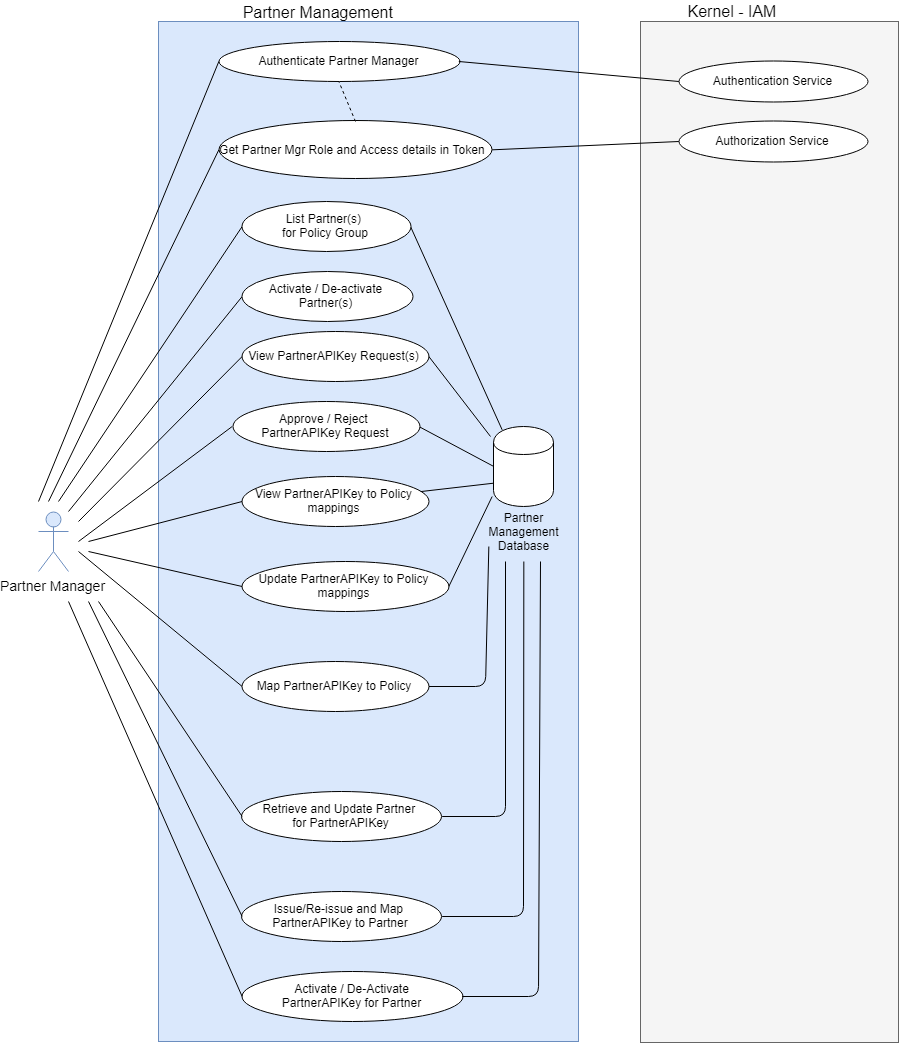
The draw.io diagram _images/arch_diagrams/PartnerManagement_PartnerManager.png in ssenmosip/mosip-temp-documentation, before a commit. Source tidied: cells renumbered, new cells last; positions are measured from the earlier drawing's top-left corner, leaving out a move shared by most shapes.
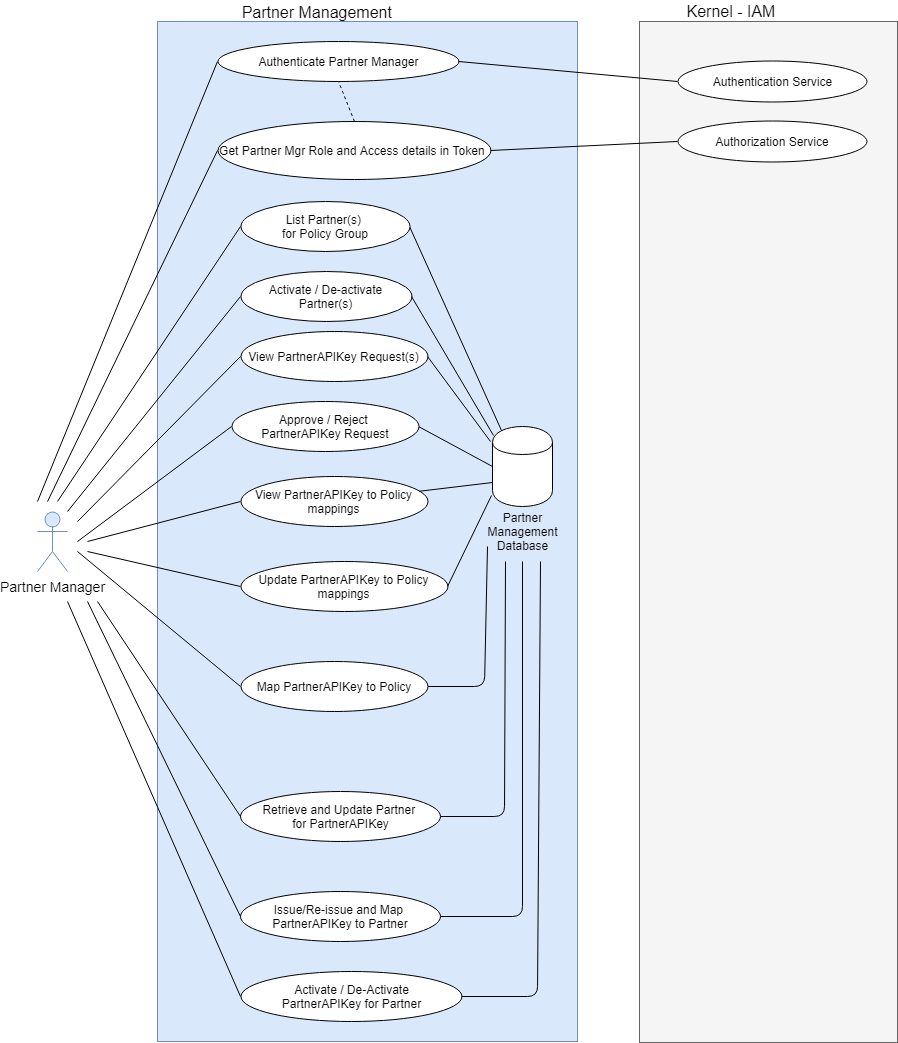
After the change.

Commit message:
Partner Management - Self Review Changes

The edit, as a diff of the source:
```diff
@@ -137,8 +137,10 @@
         <mxPoint x="40" y="520" as="sourcePoint" />
       </mxGeometry>
     </mxCell>
-    <mxCell id="35" style="endArrow=none;html=1;entryX=-0.039;entryY=0.117;entryDx=0;entryDy=0;entryPerimeter=0;exitX=1;exitY=0.5;exitDx=0;exitDy=0;" parent="1" edge="1" source="27" target="9">
-      <mxGeometry relative="1" as="geometry" />
+    <mxCell id="35" style="endArrow=none;html=1;exitX=1;exitY=0.5;exitDx=0;exitDy=0;" parent="1" edge="1" source="27">
+      <mxGeometry relative="1" as="geometry">
+        <mxPoint x="453" y="440" as="targetPoint" />
+      </mxGeometry>
     </mxCell>
     <mxCell id="36" style="rounded=0;whiteSpace=wrap;html=1;fillColor=#f5f5f5;strokeColor=#666666;fontColor=#333333;" parent="1" vertex="1">
       <mxGeometry x="602" y="20" width="258" height="1021" as="geometry" />
@@ -177,5 +179,8 @@
         <mxPoint x="10" y="500" as="sourcePoint" />
       </mxGeometry>
     </mxCell>
+    <mxCell id="47" style="endArrow=none;html=1;entryX=1;entryY=0.5;entryDx=0;entryDy=0;exitX=0.017;exitY=0.117;exitDx=0;exitDy=0;exitPerimeter=0;" parent="1" edge="1" source="9" target="18">
+      <mxGeometry relative="1" as="geometry" />
+    </mxCell>
   </root>
 </mxGraphModel>
```
